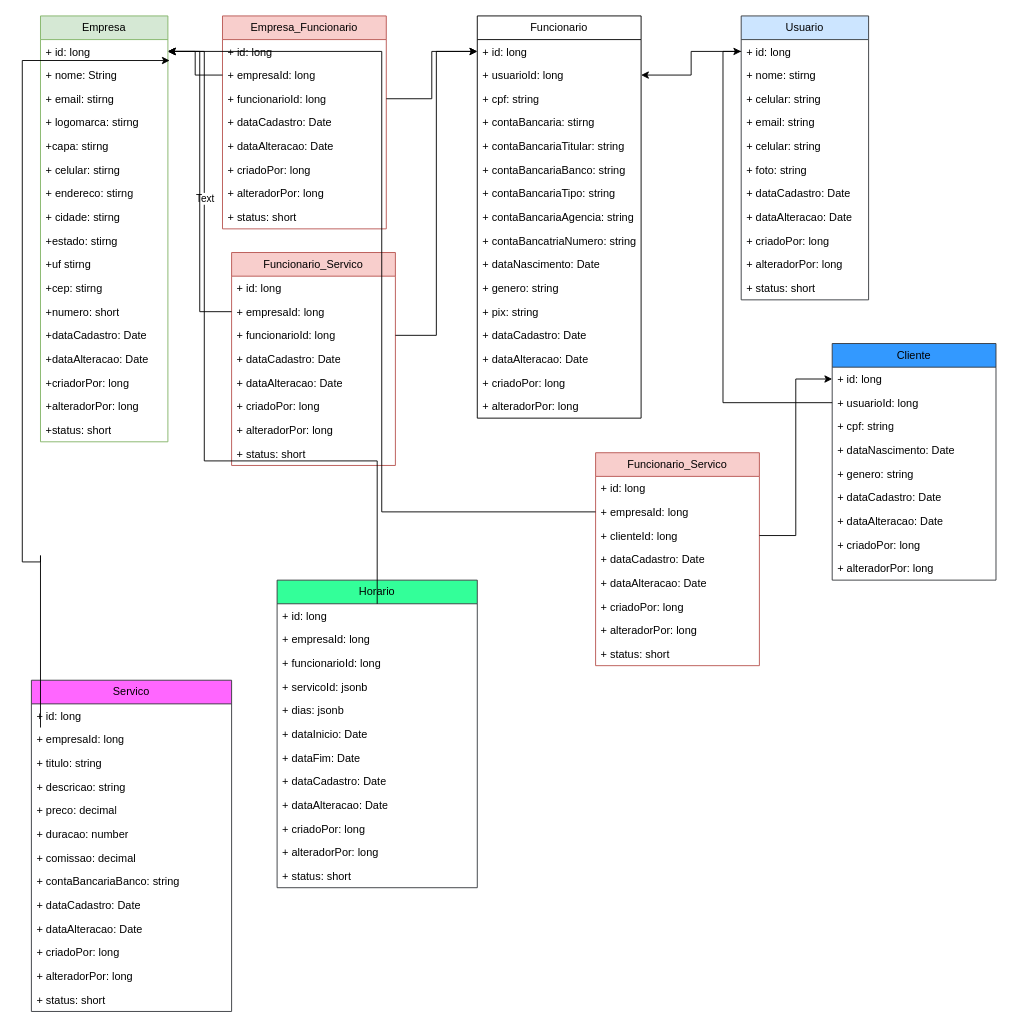
Earlier version of the draw.io diagram Diagrama sem nome.drawio (elsoncosta/GoBarber). Source tidied: cells renumbered, new cells numbered last; positions are measured from the earlier drawing's top-left corner, leaving out a move shared by most shapes. Both pictures are drawn from the tidied source at 91%, with x=0, y=0 at pixel (22, 15).
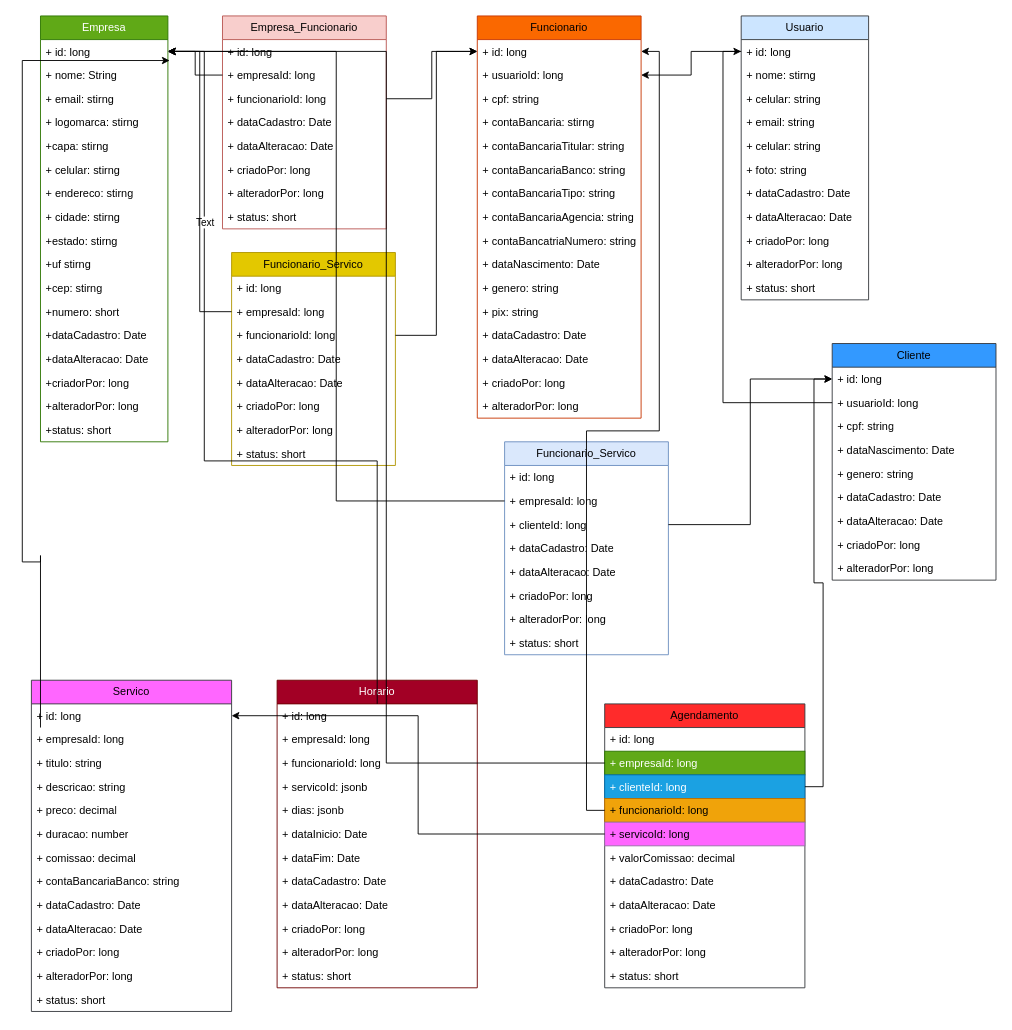
Above is the later version.

The change refers to these unchanged cells:
```xml
<mxCell id="3" value="+ id: long" style="text;strokeColor=none;fillColor=none;align=left;verticalAlign=top;spacingLeft=4;spacingRight=4;overflow=hidden;points=[[0,0.5],[1,0.5]];portConstraint=eastwest;whiteSpace=wrap;html=1;" parent="2" vertex="1">
  <mxGeometry y="26" width="140" height="26" as="geometry" />
</mxCell>
<mxCell id="33" value="+ id: long" style="text;strokeColor=none;fillColor=none;align=left;verticalAlign=top;spacingLeft=4;spacingRight=4;overflow=hidden;points=[[0,0.5],[1,0.5]];portConstraint=eastwest;whiteSpace=wrap;html=1;" parent="32" vertex="1">
  <mxGeometry y="26" width="180" height="26" as="geometry" />
</mxCell>
<mxCell id="50" value="+ id: long" style="text;strokeColor=none;fillColor=none;align=left;verticalAlign=top;spacingLeft=4;spacingRight=4;overflow=hidden;points=[[0,0.5],[1,0.5]];portConstraint=eastwest;whiteSpace=wrap;html=1;" parent="49" vertex="1">
  <mxGeometry y="26" width="220" height="26" as="geometry" />
</mxCell>
<mxCell id="103" value="+ id: long" style="text;strokeColor=none;fillColor=none;align=left;verticalAlign=top;spacingLeft=4;spacingRight=4;overflow=hidden;points=[[0,0.5],[1,0.5]];portConstraint=eastwest;whiteSpace=wrap;html=1;" parent="102" vertex="1">
  <mxGeometry y="26" width="180" height="26" as="geometry" />
</mxCell>
```

The edit, as a diff of the source:
```diff
@@
-    <mxCell id="2" value="Empresa" style="swimlane;fontStyle=0;horizontal=1;startSize=26;fillColor=#d5e8d4;whiteSpace=wrap;html=1;strokeColor=#82b366;" parent="1" vertex="1">
+    <mxCell id="2" value="Empresa" style="swimlane;fontStyle=0;horizontal=1;startSize=26;fillColor=#60a917;whiteSpace=wrap;html=1;strokeColor=#2D7600;fontColor=#ffffff;" parent="1" vertex="1">
       <mxGeometry x="20" width="140" height="468" as="geometry" />
     </mxCell>
@@
-    <mxCell id="32" value="Funcionario" style="swimlane;fontStyle=0;horizontal=1;startSize=26;fillColor=none;whiteSpace=wrap;html=1;" parent="1" vertex="1">
+    <mxCell id="32" value="Funcionario" style="swimlane;fontStyle=0;horizontal=1;startSize=26;fillColor=#fa6800;whiteSpace=wrap;html=1;strokeColor=#C73500;fontColor=#000000;" parent="1" vertex="1">
       <mxGeometry x="500" width="180" height="442" as="geometry" />
     </mxCell>
@@
-    <mxCell id="63" value="Horario" style="swimlane;fontStyle=0;horizontal=1;startSize=26;fillColor=#33FF99;whiteSpace=wrap;html=1;strokeColor=#36393d;" parent="1" vertex="1">
-      <mxGeometry x="280" y="620" width="220" height="338" as="geometry" />
+    <mxCell id="63" value="Horario" style="swimlane;fontStyle=0;horizontal=1;startSize=26;fillColor=#a20025;whiteSpace=wrap;html=1;strokeColor=#6F0000;fontColor=#ffffff;" parent="1" vertex="1">
+      <mxGeometry x="280" y="730" width="220" height="338" as="geometry" />
     </mxCell>
@@
-    <mxCell id="86" value="Funcionario_Servico" style="swimlane;fontStyle=0;horizontal=1;startSize=26;fillColor=#f8cecc;whiteSpace=wrap;html=1;strokeColor=#b85450;" parent="1" vertex="1">
+    <mxCell id="86" value="Funcionario_Servico" style="swimlane;fontStyle=0;horizontal=1;startSize=26;fillColor=#e3c800;whiteSpace=wrap;html=1;strokeColor=#B09500;fontColor=#000000;" parent="1" vertex="1">
       <mxGeometry x="230" y="260" width="180" height="234" as="geometry" />
     </mxCell>
@@
-    <mxCell id="113" value="Funcionario_Servico" style="swimlane;fontStyle=0;horizontal=1;startSize=26;fillColor=#f8cecc;whiteSpace=wrap;html=1;strokeColor=#b85450;" parent="1" vertex="1">
-      <mxGeometry x="630" y="480" width="180" height="234" as="geometry" />
+    <mxCell id="113" value="Funcionario_Servico" style="swimlane;fontStyle=0;horizontal=1;startSize=26;fillColor=#dae8fc;whiteSpace=wrap;html=1;strokeColor=#6c8ebf;" parent="1" vertex="1">
+      <mxGeometry x="530" y="468" width="180" height="234" as="geometry" />
     </mxCell>
@@
+    <mxCell id="124" value="Agendamento" style="swimlane;fontStyle=0;horizontal=1;startSize=26;fillColor=#FF2B2B;whiteSpace=wrap;html=1;strokeColor=#36393d;" parent="1" vertex="1">
+      <mxGeometry x="640" y="756" width="220" height="312" as="geometry" />
+    </mxCell>
+    <mxCell id="125" value="+ id: long" style="text;strokeColor=none;fillColor=none;align=left;verticalAlign=top;spacingLeft=4;spacingRight=4;overflow=hidden;whiteSpace=wrap;html=1;" parent="124" vertex="1">
+      <mxGeometry y="26" width="220" height="26" as="geometry" />
+    </mxCell>
+    <mxCell id="126" value="+ empresaId: long" style="text;strokeColor=#2D7600;fillColor=#60a917;align=left;verticalAlign=top;spacingLeft=4;spacingRight=4;overflow=hidden;points=[[0,0.5],[1,0.5]];portConstraint=eastwest;whiteSpace=wrap;html=1;fontColor=#ffffff;" parent="124" vertex="1">
+      <mxGeometry y="52" width="220" height="26" as="geometry" />
+    </mxCell>
+    <mxCell id="127" value="+ clienteId: long" style="text;strokeColor=#006EAF;fillColor=#1ba1e2;align=left;verticalAlign=top;spacingLeft=4;spacingRight=4;overflow=hidden;points=[[0,0.5],[1,0.5]];portConstraint=eastwest;whiteSpace=wrap;html=1;fontColor=#ffffff;" parent="124" vertex="1">
+      <mxGeometry y="78" width="220" height="26" as="geometry" />
+    </mxCell>
+    <mxCell id="128" value="+ funcionarioId: long" style="text;strokeColor=#BD7000;fillColor=#f0a30a;align=left;verticalAlign=top;spacingLeft=4;spacingRight=4;overflow=hidden;points=[[0,0.5],[1,0.5]];portConstraint=eastwest;whiteSpace=wrap;html=1;fontColor=#000000;" parent="124" vertex="1">
+      <mxGeometry y="104" width="220" height="26" as="geometry" />
+    </mxCell>
+    <mxCell id="129" value="+ servicoId: long" style="text;strokeColor=#9673a6;fillColor=#FF66FF;align=left;verticalAlign=top;spacingLeft=4;spacingRight=4;overflow=hidden;points=[[0,0.5],[1,0.5]];portConstraint=eastwest;whiteSpace=wrap;html=1;" parent="124" vertex="1">
+      <mxGeometry y="130" width="220" height="26" as="geometry" />
+    </mxCell>
+    <mxCell id="130" value="+ valorComissao: decimal" style="text;strokeColor=none;fillColor=none;align=left;verticalAlign=top;spacingLeft=4;spacingRight=4;overflow=hidden;whiteSpace=wrap;html=1;" parent="124" vertex="1">
+      <mxGeometry y="156" width="220" height="26" as="geometry" />
+    </mxCell>
+    <mxCell id="131" value="+ dataCadastro: Date" style="text;strokeColor=none;fillColor=none;align=left;verticalAlign=top;spacingLeft=4;spacingRight=4;overflow=hidden;whiteSpace=wrap;html=1;" parent="124" vertex="1">
+      <mxGeometry y="182" width="220" height="26" as="geometry" />
+    </mxCell>
+    <mxCell id="132" value="+ dataAlteracao: Date" style="text;strokeColor=none;fillColor=none;align=left;verticalAlign=top;spacingLeft=4;spacingRight=4;overflow=hidden;whiteSpace=wrap;html=1;" parent="124" vertex="1">
+      <mxGeometry y="208" width="220" height="26" as="geometry" />
+    </mxCell>
+    <mxCell id="133" value="+ criadoPor: long" style="text;strokeColor=none;fillColor=none;align=left;verticalAlign=top;spacingLeft=4;spacingRight=4;overflow=hidden;whiteSpace=wrap;html=1;" parent="124" vertex="1">
+      <mxGeometry y="234" width="220" height="26" as="geometry" />
+    </mxCell>
+    <mxCell id="134" value="+ alteradorPor: long" style="text;strokeColor=none;fillColor=none;align=left;verticalAlign=top;spacingLeft=4;spacingRight=4;overflow=hidden;whiteSpace=wrap;html=1;" parent="124" vertex="1">
+      <mxGeometry y="260" width="220" height="26" as="geometry" />
+    </mxCell>
+    <mxCell id="135" value="+ status: short" style="text;strokeColor=none;fillColor=none;align=left;verticalAlign=top;spacingLeft=4;spacingRight=4;overflow=hidden;whiteSpace=wrap;html=1;" parent="124" vertex="1">
+      <mxGeometry y="286" width="220" height="26" as="geometry" />
+    </mxCell>
+    <mxCell id="136" style="edgeStyle=orthogonalEdgeStyle;rounded=0;jettySize=auto;html=1;" parent="1" edge="1" source="126" target="3">
+      <mxGeometry relative="1" as="geometry" />
+    </mxCell>
+    <mxCell id="137" style="edgeStyle=orthogonalEdgeStyle;rounded=0;jettySize=auto;html=1;" parent="1" edge="1" source="127" target="103">
+      <mxGeometry relative="1" as="geometry" />
+    </mxCell>
+    <mxCell id="138" style="edgeStyle=orthogonalEdgeStyle;rounded=0;jettySize=auto;html=1;" parent="1" edge="1" source="128" target="33">
+      <mxGeometry relative="1" as="geometry" />
+    </mxCell>
+    <mxCell id="139" style="edgeStyle=orthogonalEdgeStyle;rounded=0;jettySize=auto;html=1;" parent="1" edge="1" source="129" target="50">
+      <mxGeometry relative="1" as="geometry" />
+    </mxCell>
```
